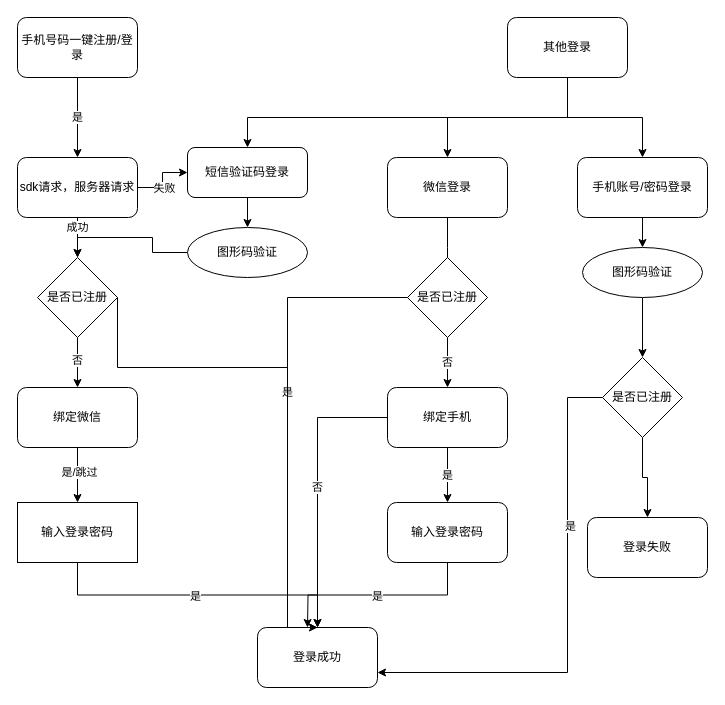
Before: 登录流程图.drawio in boyu0/boyu0, a draw.io diagram. Source tidied: cells renumbered, new cells numbered last; positions are measured from the earlier drawing's top-left corner, leaving out a move shared by most shapes. Both pictures are drawn from the tidied source at 100%, with x=0, y=0 at pixel (17, 17).
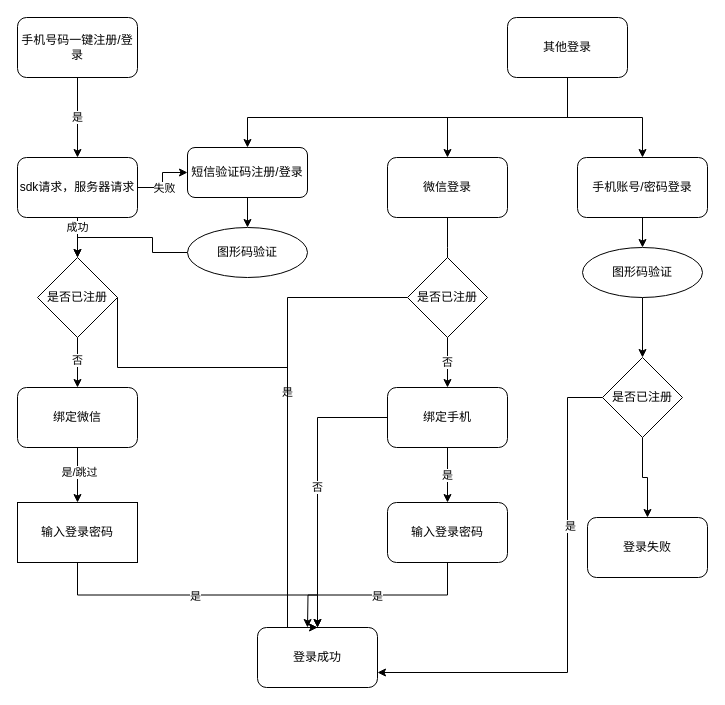
The same diagram, later.

Commit message (it also covers changes not shown here):
更新登录流程图.drawio

The edit, as a diff of the source:
```diff
@@
-    <mxCell id="43" value="短信验证码登录" style="rounded=1;whiteSpace=wrap;html=1;" parent="1" vertex="1">
+    <mxCell id="43" value="短信验证码注册/登录" style="rounded=1;whiteSpace=wrap;html=1;" parent="1" vertex="1">
       <mxGeometry x="170" y="130" width="120" height="50" as="geometry" />
     </mxCell>
```
